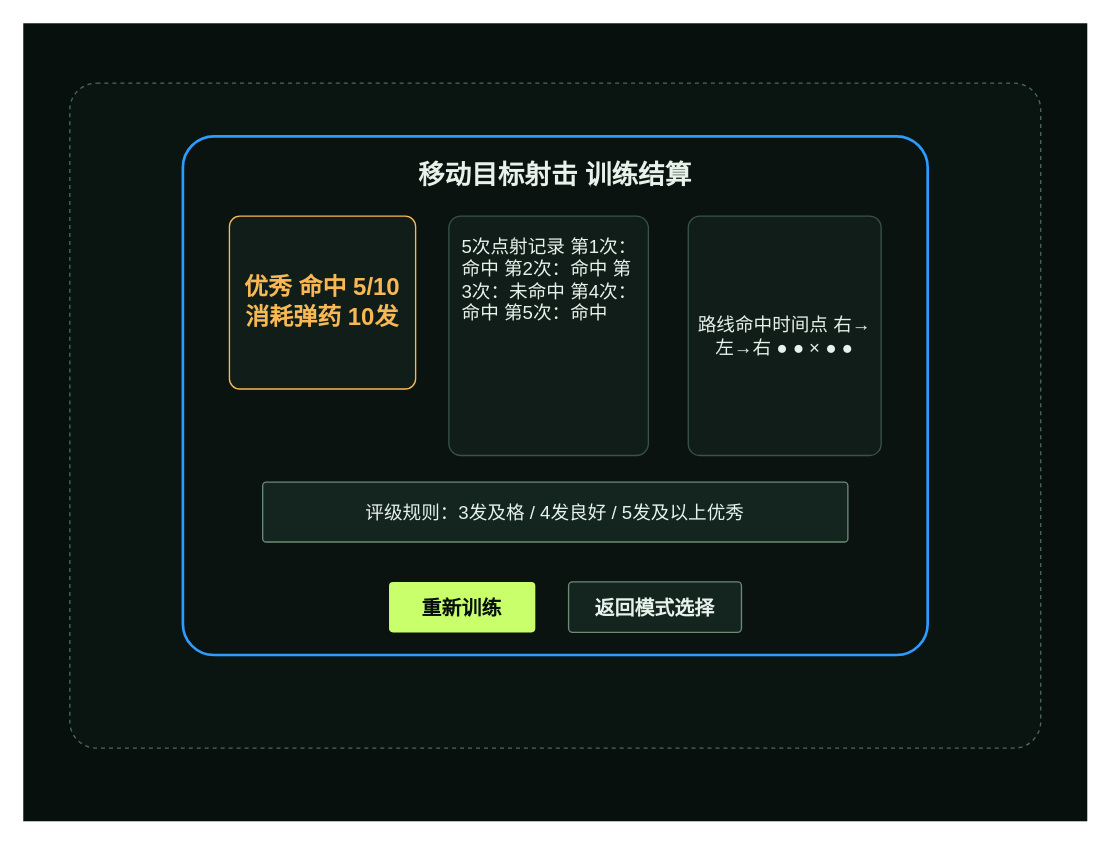
This is page "11 移动靶结算" (11 of 23) of UI/Sample/vr-shooting-ui-reference-wireframes.drawio from 96shui/SimulatedShooting, a draw.io file, before an edit. Source tidied: cells renumbered, new cells numbered last; positions are measured from the earlier drawing's top-left corner, leaving out a move shared by most shapes. Both pictures are drawn from the tidied source at 133%, with x=0, y=0 at pixel (23, 23).
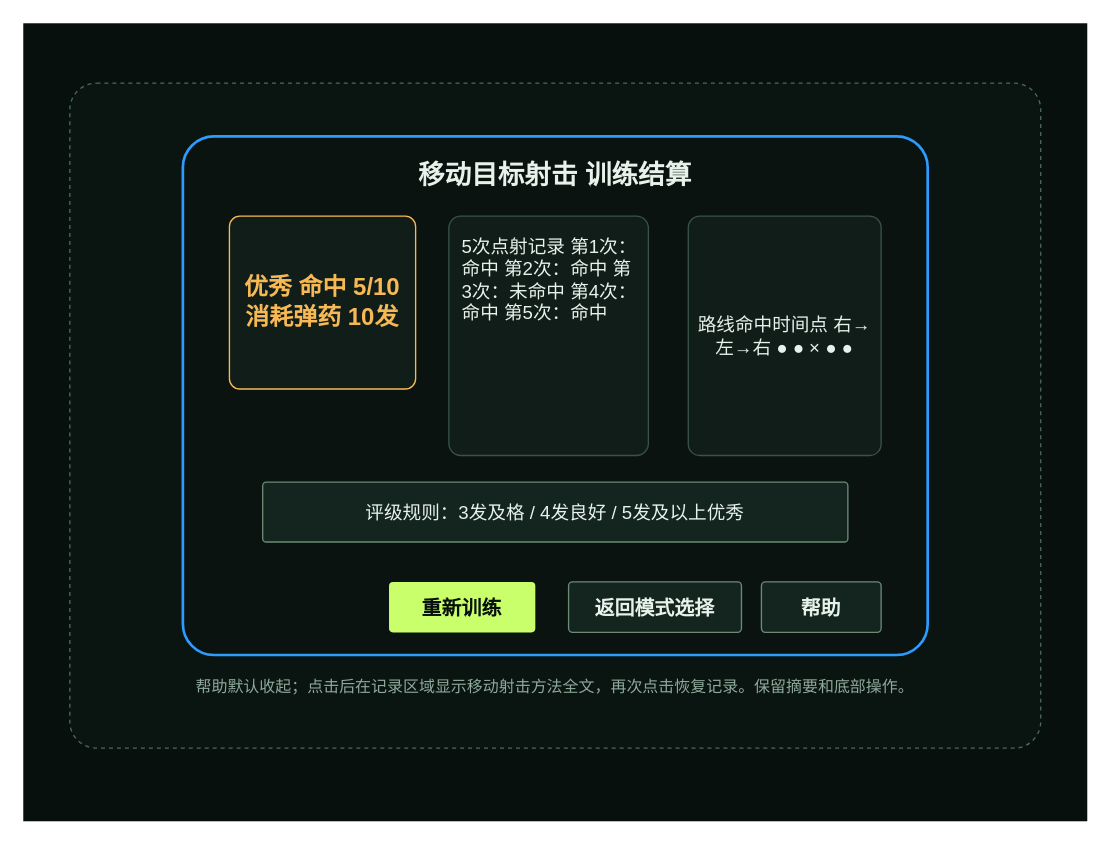
After the change.

What changed in the source:
```diff
@@
 <mxGraphModel>
   <root>
     <mxCell id="0" />
     <mxCell id="1" parent="0" />
     <mxCell id="2" style="rounded=0;fillColor=#07100d;strokeColor=none;" parent="1" vertex="1">
       <mxGeometry width="800" height="600" as="geometry" />
     </mxCell>
     <mxCell id="3" value="素材占位：移动靶场背景" style="rounded=1;dashed=1;arcSize=4;fillColor=#0a1512;strokeColor=#496b5a;fontColor=#8fa99b;fontSize=14;align=center;whiteSpace=wrap;html=1;" parent="1" vertex="1">
       <mxGeometry x="35" y="45" width="730" height="500" as="geometry" />
     </mxCell>
     <mxCell id="4" value="移动目标射击 训练结算" style="rounded=1;arcSize=6;fillColor=#0b1310;strokeColor=#2d9cff;strokeWidth=2;fontColor=#e7f2eb;fontSize=20;fontStyle=1;align=center;verticalAlign=top;spacing=12;whiteSpace=wrap;html=1;" parent="1" vertex="1">
       <mxGeometry x="120" y="85" width="560" height="390" as="geometry" />
     </mxCell>
     <mxCell id="5" value="优秀 命中 5/10 消耗弹药 10发" style="rounded=1;arcSize=6;fillColor=#111d18;strokeColor=#f7b955;fontColor=#f7b955;fontSize=18;fontStyle=1;align=center;whiteSpace=wrap;html=1;" parent="1" vertex="1">
       <mxGeometry x="155" y="145" width="140" height="130" as="geometry" />
     </mxCell>
     <mxCell id="6" value="5次点射记录 第1次：命中 第2次：命中 第3次：未命中 第4次：命中 第5次：命中" style="rounded=1;arcSize=6;fillColor=#111d18;strokeColor=#385447;fontColor=#e7f2eb;fontSize=14;align=left;verticalAlign=top;spacing=10;whiteSpace=wrap;html=1;" parent="1" vertex="1">
       <mxGeometry x="320" y="145" width="150" height="180" as="geometry" />
     </mxCell>
     <mxCell id="7" value="路线命中时间点 右→左→右 ●  ●  ×  ●  ●" style="rounded=1;arcSize=6;fillColor=#111d18;strokeColor=#385447;fontColor=#e7f2eb;fontSize=14;align=center;whiteSpace=wrap;html=1;" parent="1" vertex="1">
       <mxGeometry x="500" y="145" width="145" height="180" as="geometry" />
     </mxCell>
     <mxCell id="8" value="评级规则：3发及格 / 4发良好 / 5发及以上优秀" style="rounded=1;arcSize=6;fillColor=#14251f;strokeColor=#6b8a77;fontColor=#e7f2eb;fontSize=14;align=center;whiteSpace=wrap;html=1;" parent="1" vertex="1">
       <mxGeometry x="180" y="345" width="440" height="45" as="geometry" />
     </mxCell>
     <mxCell id="9" value="重新训练" style="rounded=1;arcSize=8;fillColor=#c8ff6a;strokeColor=none;fontColor=#07100d;fontSize=15;fontStyle=1;" parent="1" vertex="1">
       <mxGeometry x="275" y="420" width="110" height="38" as="geometry" />
     </mxCell>
     <mxCell id="10" value="返回模式选择" style="rounded=1;arcSize=8;fillColor=#14251f;strokeColor=#6b8a77;fontColor=#e7f2eb;fontSize=15;fontStyle=1;" parent="1" vertex="1">
       <mxGeometry x="410" y="420" width="130" height="38" as="geometry" />
     </mxCell>
+    <mxCell id="11" value="帮助" style="rounded=1;arcSize=8;fillColor=#14251f;strokeColor=#6b8a77;fontColor=#e7f2eb;fontSize=15;fontStyle=1;" parent="1" vertex="1">
+      <mxGeometry x="555" y="420" width="90" height="38" as="geometry" />
+    </mxCell>
+    <mxCell id="12" value="帮助默认收起；点击后在记录区域显示移动射击方法全文，再次点击恢复记录。保留摘要和底部操作。" style="text;html=1;align=center;whiteSpace=wrap;fontColor=#8fa99b;fontSize=12;" parent="1" vertex="1">
+      <mxGeometry x="120" y="485" width="560" height="50" as="geometry" />
+    </mxCell>
   </root>
 </mxGraphModel>
```
